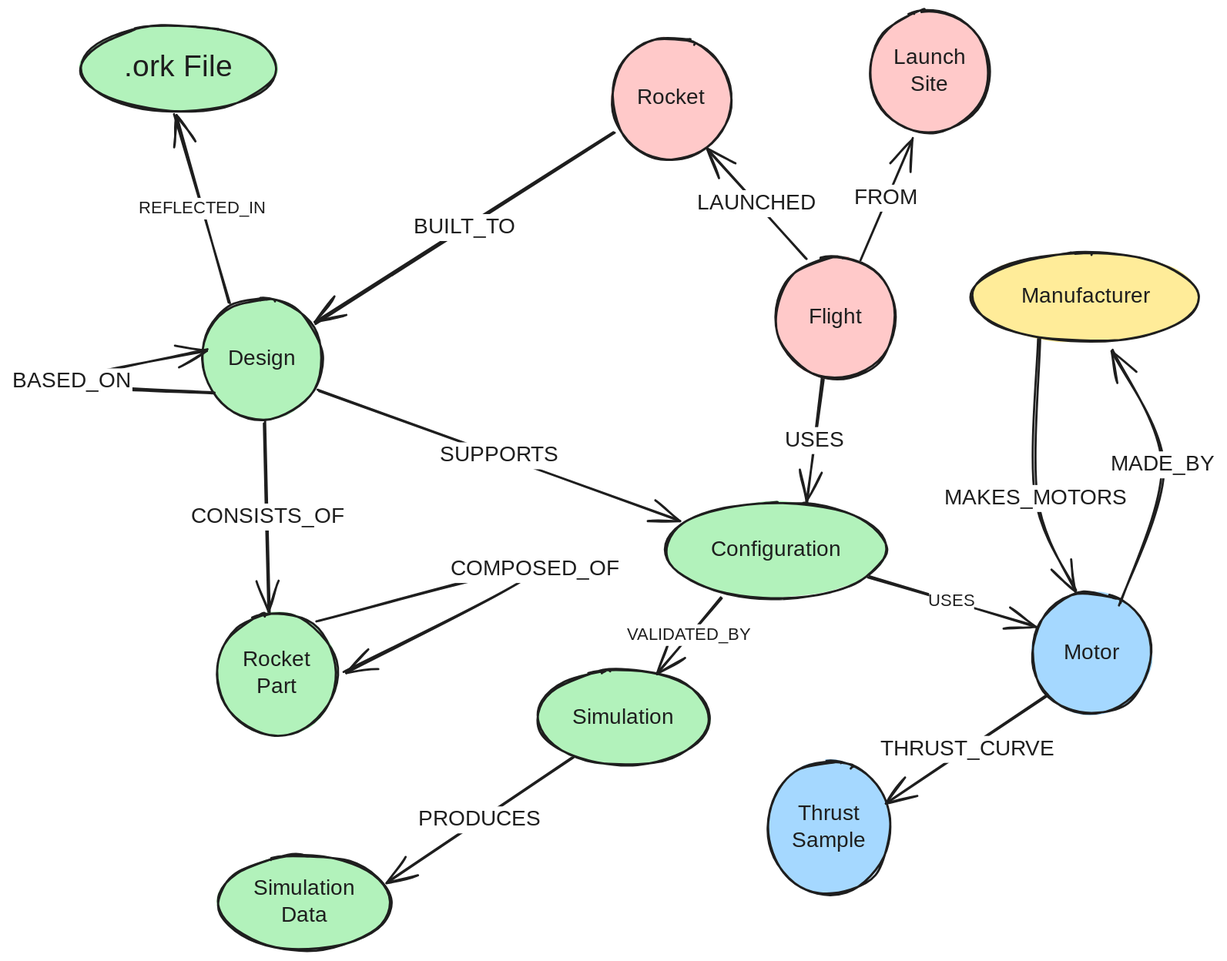
The Excalidraw diagram schemas/graph.excalidraw.svg in rlhatcher/ronaldhatcherblog, before a commit. Source tidied: one line per element, renumbered; positions are measured from the earlier drawing's top-left corner, leaving out a move shared by most shapes.
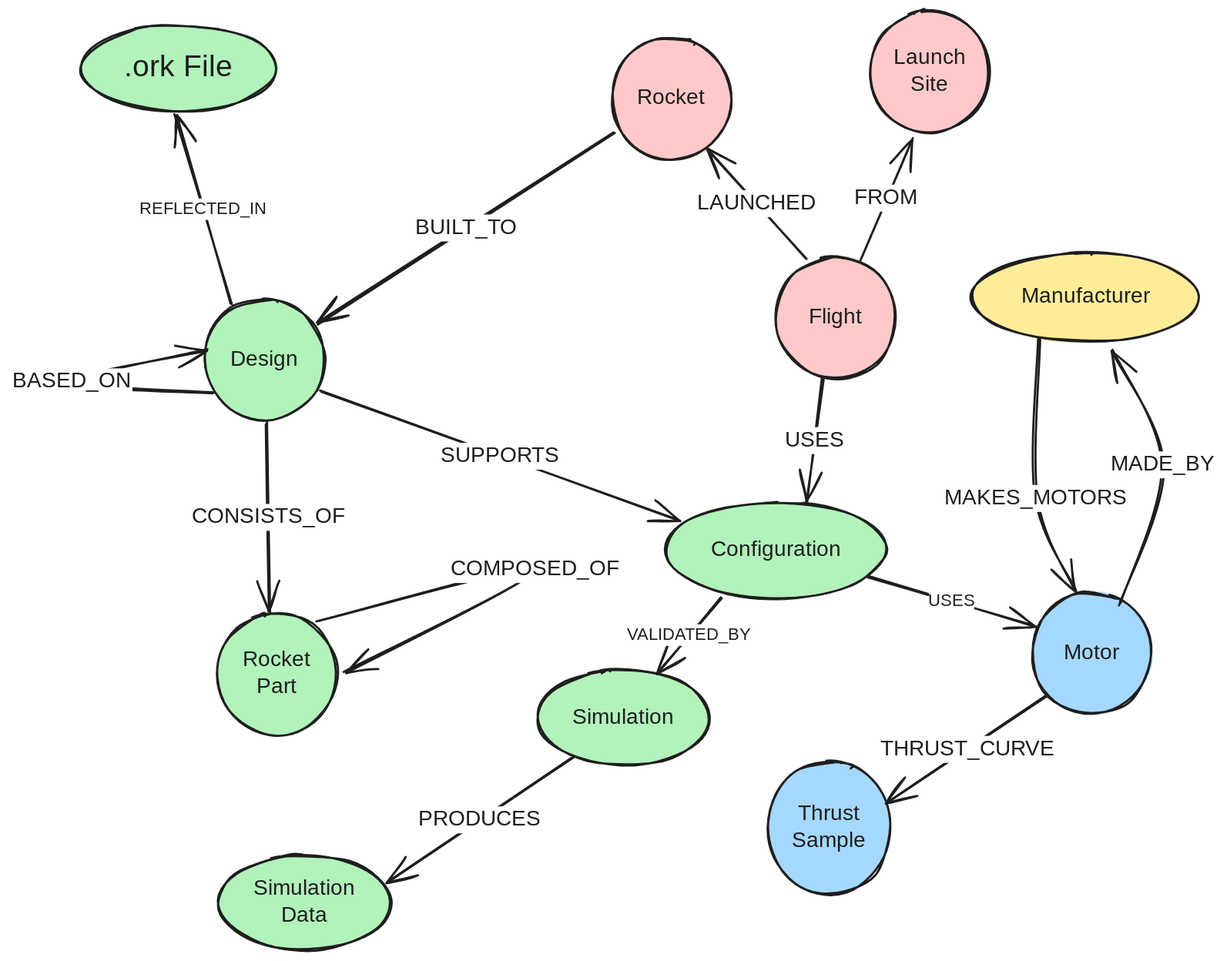
Later version of the same file.

The edit, as a diff of the source:
```diff
@@ -4,8 +4,8 @@
 {"id": 3, "type": "text", "text": "Flight", "strokeColor": "#1e1e1e", "strokeWidth": 2, "roughness": 1, "fontSize": 20, "fontFamily": 1, "textAlign": "center", "verticalAlign": "middle", "inside": 2, "x": 682, "y": 379, "width": 52, "height": 25}
 {"id": 4, "type": "ellipse", "strokeColor": "#1e1e1e", "backgroundColor": "#ffc9c9", "fillStyle": "solid", "strokeWidth": 2, "roughness": 1, "round": true, "x": 740, "y": 107, "width": 111, "height": 113}
 {"id": 5, "type": "text", "text": "Launch\nSite", "strokeColor": "#1e1e1e", "strokeWidth": 2, "roughness": 1, "fontSize": 20, "fontFamily": 1, "textAlign": "center", "verticalAlign": "middle", "inside": 4, "x": 763, "y": 139, "width": 66, "height": 50}
-{"id": 6, "type": "ellipse", "strokeColor": "#1e1e1e", "backgroundColor": "#b2f2bb", "fillStyle": "solid", "strokeWidth": 2, "roughness": 1, "round": true, "x": 121, "y": 374, "width": 111, "height": 113}
+{"id": 6, "type": "ellipse", "strokeColor": "#1e1e1e", "backgroundColor": "#b2f2bb", "fillStyle": "solid", "strokeWidth": 2, "roughness": 1, "round": true, "x": 123, "y": 374, "width": 111, "height": 113}
-{"id": 7, "type": "text", "text": "Design", "strokeColor": "#1e1e1e", "strokeWidth": 2, "roughness": 1, "fontSize": 20, "fontFamily": 1, "textAlign": "center", "verticalAlign": "middle", "inside": 6, "x": 146, "y": 418, "width": 61, "height": 25}
+{"id": 7, "type": "text", "text": "Design", "strokeColor": "#1e1e1e", "strokeWidth": 2, "roughness": 1, "fontSize": 20, "fontFamily": 1, "textAlign": "center", "verticalAlign": "middle", "inside": 6, "x": 148, "y": 418, "width": 61, "height": 25}
 {"id": 8, "type": "ellipse", "strokeColor": "#1e1e1e", "backgroundColor": "#b2f2bb", "fillStyle": "solid", "strokeWidth": 2, "roughness": 1, "round": true, "x": 8, "y": 121, "width": 183, "height": 79}
 {"id": 9, "type": "text", "text": ".ork File", "strokeColor": "#1e1e1e", "strokeWidth": 2, "roughness": 1, "fontSize": 28, "fontFamily": 1, "textAlign": "center", "verticalAlign": "middle", "inside": 8, "x": 45, "y": 143, "width": 108, "height": 35}
 {"id": 10, "type": "ellipse", "strokeColor": "#1e1e1e", "backgroundColor": "#a5d8ff", "fillStyle": "solid", "strokeWidth": 2, "roughness": 1, "round": true, "x": 891, "y": 647, "width": 111, "height": 113}
@@ -22,15 +22,15 @@
 {"id": 21, "type": "text", "text": "Manufacturer", "strokeColor": "#1e1e1e", "strokeWidth": 2, "roughness": 1, "fontSize": 20, "fontFamily": 1, "textAlign": "center", "verticalAlign": "middle", "inside": 20, "x": 874, "y": 360, "width": 133, "height": 25}
 {"id": 22, "type": "ellipse", "strokeColor": "#1e1e1e", "backgroundColor": "#b2f2bb", "fillStyle": "solid", "strokeWidth": 2, "roughness": 1, "round": true, "x": 135, "y": 666, "width": 111, "height": 113}
 {"id": 23, "type": "text", "text": "Rocket\nPart", "strokeColor": "#1e1e1e", "strokeWidth": 2, "roughness": 1, "fontSize": 20, "fontFamily": 1, "textAlign": "center", "verticalAlign": "middle", "inside": 22, "x": 157, "y": 697, "width": 67, "height": 50}
-{"id": 24, "type": "arrow", "strokeColor": "#1e1e1e", "strokeWidth": 2, "roughness": 1, "endArrowhead": "arrow", "round": true, "from": 6, "to": 22, "x": 179, "y": 489, "width": 5, "height": 177, "points": [[0, 0], [5, 177]]}
+{"id": 24, "type": "arrow", "strokeColor": "#1e1e1e", "strokeWidth": 2, "roughness": 1, "endArrowhead": "arrow", "round": true, "from": 6, "to": 22, "x": 181, "y": 489, "width": 4, "height": 176, "points": [[0, 0], [4, 176]]}
 {"id": 25, "type": "text", "text": "CONSISTS_OF", "strokeColor": "#1e1e1e", "strokeWidth": 2, "roughness": 1, "fontSize": 20, "fontFamily": 1, "textAlign": "center", "verticalAlign": "middle", "inside": 24, "x": 10, "y": 503, "width": 146, "height": 25}
-{"id": 26, "type": "arrow", "strokeColor": "#1e1e1e", "strokeWidth": 2, "roughness": 1, "endArrowhead": "arrow", "round": true, "from": 6, "to": 18, "x": 229, "y": 460, "width": 334, "height": 119, "points": [[0, 0], [334, 119]]}
+{"id": 26, "type": "arrow", "strokeColor": "#1e1e1e", "strokeWidth": 2, "roughness": 1, "endArrowhead": "arrow", "round": true, "from": 6, "to": 18, "x": 232, "y": 461, "width": 332, "height": 119, "points": [[0, 0], [332, 119]]}
 {"id": 27, "type": "text", "text": "SUPPORTS", "strokeColor": "#1e1e1e", "strokeWidth": 2, "roughness": 1, "fontSize": 20, "fontFamily": 1, "textAlign": "center", "verticalAlign": "middle", "inside": 26, "x": 233, "y": 428, "width": 109, "height": 25}
 {"id": 28, "type": "arrow", "strokeColor": "#1e1e1e", "strokeWidth": 2, "roughness": 1, "endArrowhead": "arrow", "round": true, "from": 18, "to": 14, "x": 602, "y": 652, "width": 60, "height": 69, "points": [[0, 0], [-60, 69]]}
 {"id": 29, "type": "text", "text": "VALIDATED_BY", "strokeColor": "#1e1e1e", "strokeWidth": 2, "roughness": 1, "fontSize": 16, "fontFamily": 1, "textAlign": "center", "verticalAlign": "middle", "inside": 28, "x": 383, "y": 749, "width": 129, "height": 20}
 {"id": 30, "type": "arrow", "strokeColor": "#1e1e1e", "strokeWidth": 2, "roughness": 1, "endArrowhead": "arrow", "round": true, "from": 18, "to": 10, "x": 739, "y": 633, "width": 154, "height": 45, "points": [[0, 0], [154, 45]]}
 {"id": 31, "type": "text", "text": "USES", "strokeColor": "#1e1e1e", "strokeWidth": 2, "roughness": 1, "fontSize": 16, "fontFamily": 1, "textAlign": "center", "verticalAlign": "middle", "inside": 30, "x": 654, "y": 581, "width": 42, "height": 20}
-{"id": 32, "type": "arrow", "strokeColor": "#1e1e1e", "strokeWidth": 2, "roughness": 1, "endArrowhead": "arrow", "round": true, "from": 6, "to": 8, "x": 146, "y": 377, "width": 51, "height": 173, "points": [[0, 0], [-51, -173]]}
+{"id": 32, "type": "arrow", "strokeColor": "#1e1e1e", "strokeWidth": 2, "roughness": 1, "endArrowhead": "arrow", "round": true, "from": 6, "to": 8, "x": 148, "y": 378, "width": 52, "height": 174, "points": [[0, 0], [-52, -174]]}
 {"id": 33, "type": "text", "text": "REFLECTED_IN", "strokeColor": "#1e1e1e", "strokeWidth": 2, "roughness": 1, "fontSize": 16, "fontFamily": 1, "textAlign": "center", "verticalAlign": "middle", "inside": 32, "x": 195, "y": 0, "width": 130, "height": 20}
 {"id": 34, "type": "arrow", "strokeColor": "#1e1e1e", "strokeWidth": 2, "roughness": 1, "endArrowhead": "arrow", "round": true, "from": 10, "to": 12, "x": 905, "y": 742, "width": 148, "height": 100, "points": [[0, 0], [-148, 100]]}
 {"id": 35, "type": "text", "text": "THRUST_CURVE", "strokeColor": "#1e1e1e", "strokeWidth": 2, "roughness": 1, "fontSize": 20, "fontFamily": 1, "textAlign": "center", "verticalAlign": "middle", "inside": 34, "x": 597, "y": 793, "width": 164, "height": 25}
@@ -40,9 +40,9 @@
 {"id": 39, "type": "text", "text": "MADE_BY", "strokeColor": "#1e1e1e", "strokeWidth": 2, "roughness": 1, "fontSize": 20, "fontFamily": 1, "textAlign": "center", "verticalAlign": "middle", "inside": 38, "x": 899, "y": 778, "width": 99, "height": 25}
 {"id": 40, "type": "arrow", "strokeColor": "#1e1e1e", "strokeWidth": 2, "roughness": 1, "endArrowhead": "arrow", "round": true, "from": 22, "to": 22, "x": 227, "y": 673, "width": 202, "height": 96, "points": [[0, 0], [202, -47], [26, 48]]}
 {"id": 41, "type": "text", "text": "COMPOSED_OF", "strokeColor": "#1e1e1e", "strokeWidth": 2, "roughness": 1, "fontSize": 20, "fontFamily": 1, "textAlign": "center", "verticalAlign": "middle", "inside": 40, "x": 215, "y": 765, "width": 154, "height": 25}
-{"id": 42, "type": "arrow", "strokeColor": "#1e1e1e", "strokeWidth": 2, "roughness": 1, "endArrowhead": "arrow", "round": true, "x": 132, "y": 462, "width": 132, "height": 41, "points": [[0, 0], [-132, -10], [-6, -41]]}
+{"id": 42, "type": "arrow", "strokeColor": "#1e1e1e", "strokeWidth": 2, "roughness": 1, "endArrowhead": "arrow", "round": true, "from": 6, "x": 132, "y": 462, "width": 132, "height": 41, "points": [[0, 0], [-132, -10], [-6, -41]]}
 {"id": 43, "type": "text", "text": "BASED_ON", "strokeColor": "#1e1e1e", "strokeWidth": 2, "roughness": 1, "fontSize": 20, "fontFamily": 1, "textAlign": "center", "verticalAlign": "middle", "inside": 42, "x": 39, "y": 79, "width": 113, "height": 25}
-{"id": 44, "type": "arrow", "strokeColor": "#1e1e1e", "strokeWidth": 2, "roughness": 1, "endArrowhead": "arrow", "round": true, "from": 0, "to": 6, "x": 503, "y": 219, "width": 278, "height": 178, "points": [[0, 0], [-278, 178]]}
+{"id": 44, "type": "arrow", "strokeColor": "#1e1e1e", "strokeWidth": 2, "roughness": 1, "endArrowhead": "arrow", "round": true, "from": 0, "to": 6, "x": 503, "y": 220, "width": 275, "height": 178, "points": [[0, 0], [-275, 178]]}
 {"id": 45, "type": "text", "text": "BUILT_TO", "strokeColor": "#1e1e1e", "strokeWidth": 2, "roughness": 1, "fontSize": 20, "fontFamily": 1, "textAlign": "center", "verticalAlign": "middle", "inside": 44, "x": 222, "y": 253, "width": 115, "height": 25}
 {"id": 46, "type": "arrow", "strokeColor": "#1e1e1e", "strokeWidth": 2, "roughness": 1, "endArrowhead": "arrow", "round": true, "from": 2, "to": 0, "x": 681, "y": 337, "width": 91, "height": 101, "points": [[0, 0], [-91, -101]]}
 {"id": 47, "type": "text", "text": "LAUNCHED", "strokeColor": "#1e1e1e", "strokeWidth": 2, "roughness": 1, "fontSize": 20, "fontFamily": 1, "textAlign": "center", "verticalAlign": "middle", "inside": 46, "x": 569, "y": 334, "width": 105, "height": 25}
```
